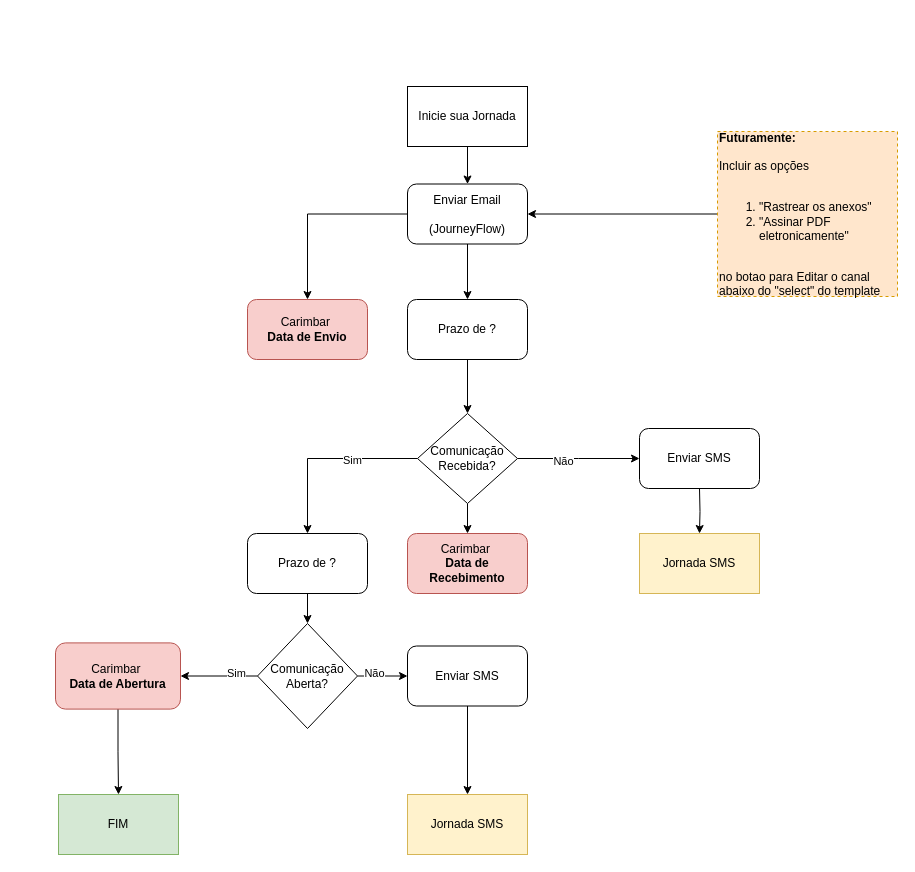
The draw.io diagram page "Desenho Jornada Email Carimbos Multiplos" (4 of 8) of Diagrama Carimbo.drawio in caio-bueno/draws-valid, before the edit. Source tidied: cells renumbered, new cells numbered last; positions are measured from the earlier drawing's top-left corner, leaving out a move shared by most shapes. Both pictures are drawn from the tidied source at 100%, with x=0, y=0 at pixel (55, 86).
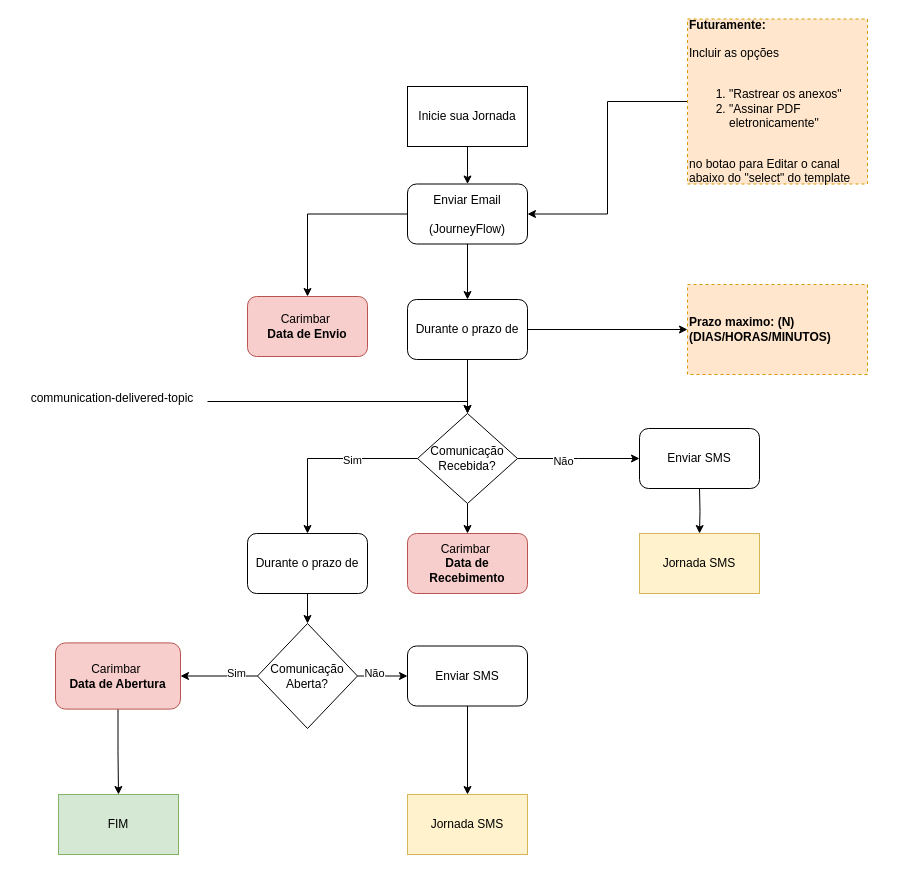
Above is the later version.

The change refers to these unchanged cells:
```xml
<mxCell id="5" value="Enviar Email&lt;div&gt;&lt;br&gt;&lt;/div&gt;&lt;div&gt;(JourneyFlow)&lt;/div&gt;" style="rounded=1;whiteSpace=wrap;html=1;" parent="1" vertex="1">
  <mxGeometry x="352" y="97.5" width="120" height="60" as="geometry" />
</mxCell>
<mxCell id="11" value="Comunicação Recebida?" style="rhombus;whiteSpace=wrap;html=1;" parent="1" vertex="1">
  <mxGeometry x="362" y="327" width="100" height="90" as="geometry" />
</mxCell>
```

Change to the diagram source:
```diff
@@
-    <mxCell id="4" style="edgeStyle=orthogonalEdgeStyle;rounded=0;jettySize=auto;html=1;entryX=0.5;entryY=0;entryDx=0;entryDy=0;" parent="1" edge="1" source="5" target="30">
+    <mxCell id="4" style="edgeStyle=orthogonalEdgeStyle;rounded=0;jettySize=auto;html=1;" parent="1" edge="1" source="5" target="30">
       <mxGeometry relative="1" as="geometry" />
     </mxCell>
@@
-    <mxCell id="15" value="Prazo de ?" style="rounded=1;whiteSpace=wrap;html=1;" parent="1" vertex="1">
+    <mxCell id="15" value="Durante o prazo de" style="rounded=1;whiteSpace=wrap;html=1;" parent="1" vertex="1">
       <mxGeometry x="192" y="447" width="120" height="60" as="geometry" />
     </mxCell>
@@
     <mxCell id="30" value="Carimbar&amp;nbsp;&lt;div&gt;&lt;b&gt;Data de Envio&lt;/b&gt;&lt;/div&gt;" style="rounded=1;whiteSpace=wrap;html=1;fillColor=#f8cecc;strokeColor=#b85450;" parent="1" vertex="1">
-      <mxGeometry x="192" y="213" width="120" height="60" as="geometry" />
+      <mxGeometry x="192" y="210" width="120" height="60" as="geometry" />
     </mxCell>
@@
     <mxCell id="32" value="&lt;div&gt;&lt;b&gt;Futuramente:&lt;/b&gt;&lt;/div&gt;&lt;div&gt;&lt;br&gt;&lt;/div&gt;Incluir as opções&lt;br&gt;&lt;br&gt;&lt;ol&gt;&lt;li&gt;&quot;Rastrear os anexos&quot;&amp;nbsp;&lt;/li&gt;&lt;li&gt;&quot;Assinar PDF eletronicamente&quot;&lt;/li&gt;&lt;/ol&gt;&lt;div&gt;&lt;div&gt;&lt;br&gt;&lt;/div&gt;&lt;div&gt;no botao para Editar o canal&lt;/div&gt;&lt;div&gt;abaixo do &quot;select&quot; do template&lt;/div&gt;&lt;/div&gt;" style="rounded=0;whiteSpace=wrap;html=1;fillColor=#ffe6cc;strokeColor=#d79b00;dashed=1;align=left;" parent="1" vertex="1">
-      <mxGeometry x="662" y="45" width="180" height="165" as="geometry" />
+      <mxGeometry x="632" y="-67.5" width="180" height="165" as="geometry" />
     </mxCell>
@@
+    <mxCell id="35" style="edgeStyle=orthogonalEdgeStyle;rounded=0;jettySize=auto;html=1;" parent="1" edge="1" source="34" target="36">
+      <mxGeometry relative="1" as="geometry" />
+    </mxCell>
-    <mxCell id="34" value="Prazo de ?" style="rounded=1;whiteSpace=wrap;html=1;" parent="1" vertex="1">
+    <mxCell id="34" value="Durante o prazo de" style="rounded=1;whiteSpace=wrap;html=1;" parent="1" vertex="1">
       <mxGeometry x="352" y="213" width="120" height="60" as="geometry" />
     </mxCell>
+    <mxCell id="36" value="&lt;div&gt;&lt;b&gt;Prazo maximo: (N) (DIAS/HORAS/MINUTOS)&lt;/b&gt;&lt;/div&gt;" style="rounded=0;whiteSpace=wrap;html=1;fillColor=#ffe6cc;strokeColor=#d79b00;dashed=1;align=left;" parent="1" vertex="1">
+      <mxGeometry x="632" y="198" width="180" height="90" as="geometry" />
+    </mxCell>
+    <mxCell id="37" style="edgeStyle=orthogonalEdgeStyle;rounded=0;jettySize=auto;html=1;" parent="1" edge="1" source="38" target="11">
+      <mxGeometry relative="1" as="geometry">
+        <Array as="points">
+          <mxPoint x="412" y="315" />
+        </Array>
+      </mxGeometry>
+    </mxCell>
+    <mxCell id="38" value="communication-delivered-topic" style="text;html=1;align=center;verticalAlign=middle;whiteSpace=wrap;rounded=0;" parent="1" vertex="1">
+      <mxGeometry x="-38" y="297" width="190" height="30" as="geometry" />
+    </mxCell>
```
